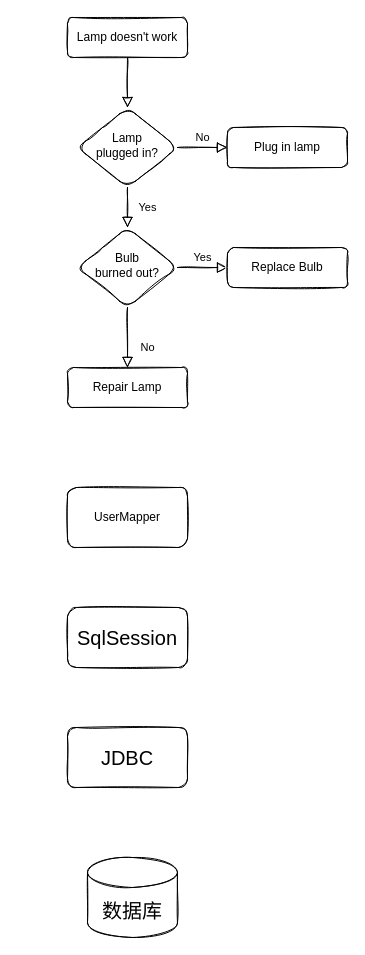
The draw.io diagram page "Page-1" (1 of 3) of mybatis.drawio in QirongZhang/draw.io.repo, before the edit. Source tidied: cells renumbered, new cells numbered last; positions are measured from the earlier drawing's top-left corner, leaving out a move shared by most shapes. Both pictures are drawn from the tidied source at 100%, with x=0, y=0 at pixel (67, 17).
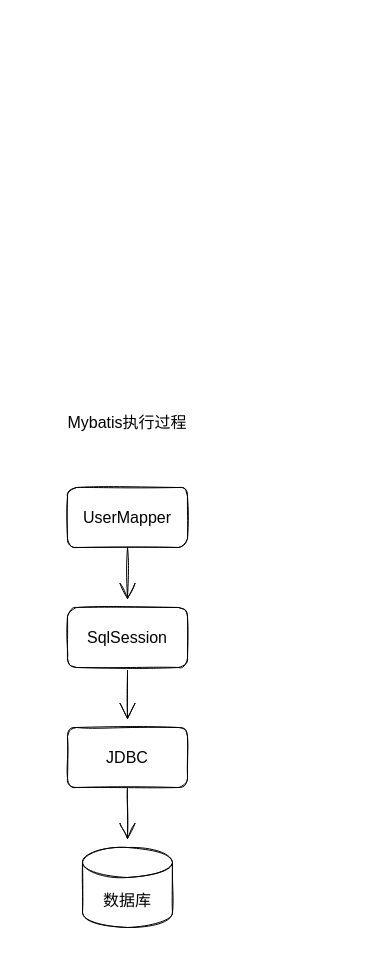
Above is the later version.

What changed in the source:
```diff
@@
 <mxGraphModel>
   <root>
     <mxCell id="0" />
     <mxCell id="1" parent="0" />
-    <mxCell id="2" style="rounded=1;html=1;jettySize=auto;fontSize=11;endArrow=block;endFill=0;endSize=8;strokeWidth=1;shadow=0;labelBackgroundColor=none;edgeStyle=orthogonalEdgeStyle;sketch=1;" parent="1" edge="1" source="3" target="6">
-      <mxGeometry relative="1" as="geometry" />
-    </mxCell>
-    <mxCell id="3" value="Lamp doesn't work" style="rounded=1;whiteSpace=wrap;html=1;fontSize=12;glass=0;strokeWidth=1;shadow=0;sketch=1;" parent="1" vertex="1">
-      <mxGeometry width="120" height="40" as="geometry" />
-    </mxCell>
-    <mxCell id="4" value="Yes" style="rounded=1;html=1;jettySize=auto;fontSize=11;endArrow=block;endFill=0;endSize=8;strokeWidth=1;shadow=0;labelBackgroundColor=none;edgeStyle=orthogonalEdgeStyle;sketch=1;" parent="1" edge="1" source="6" target="10">
-      <mxGeometry y="20" relative="1" as="geometry" />
-    </mxCell>
-    <mxCell id="5" value="No" style="edgeStyle=orthogonalEdgeStyle;rounded=1;html=1;jettySize=auto;fontSize=11;endArrow=block;endFill=0;endSize=8;strokeWidth=1;shadow=0;labelBackgroundColor=none;sketch=1;" parent="1" edge="1" source="6" target="7">
-      <mxGeometry y="10" relative="1" as="geometry" />
-    </mxCell>
-    <mxCell id="6" value="Lamp&lt;br&gt;plugged in?" style="rhombus;whiteSpace=wrap;html=1;shadow=0;fontFamily=Helvetica;fontSize=12;align=center;strokeWidth=1;spacing=6;spacingTop=-4;sketch=1;rounded=1;" parent="1" vertex="1">
-      <mxGeometry x="10" y="90" width="100" height="80" as="geometry" />
-    </mxCell>
-    <mxCell id="7" value="Plug in lamp" style="rounded=1;whiteSpace=wrap;html=1;fontSize=12;glass=0;strokeWidth=1;shadow=0;sketch=1;" parent="1" vertex="1">
-      <mxGeometry x="160" y="110" width="120" height="40" as="geometry" />
-    </mxCell>
-    <mxCell id="8" value="No" style="rounded=1;html=1;jettySize=auto;fontSize=11;endArrow=block;endFill=0;endSize=8;strokeWidth=1;shadow=0;labelBackgroundColor=none;edgeStyle=orthogonalEdgeStyle;sketch=1;" parent="1" edge="1" source="10" target="11">
-      <mxGeometry x="0.33" y="20" relative="1" as="geometry" />
-    </mxCell>
-    <mxCell id="9" value="Yes" style="edgeStyle=orthogonalEdgeStyle;rounded=1;html=1;jettySize=auto;fontSize=11;endArrow=block;endFill=0;endSize=8;strokeWidth=1;shadow=0;labelBackgroundColor=none;sketch=1;" parent="1" edge="1" source="10" target="12">
-      <mxGeometry y="10" relative="1" as="geometry" />
-    </mxCell>
-    <mxCell id="10" value="Bulb&lt;br&gt;burned out?" style="rhombus;whiteSpace=wrap;html=1;shadow=0;fontFamily=Helvetica;fontSize=12;align=center;strokeWidth=1;spacing=6;spacingTop=-4;sketch=1;rounded=1;" parent="1" vertex="1">
-      <mxGeometry x="10" y="210" width="100" height="80" as="geometry" />
-    </mxCell>
-    <mxCell id="11" value="Repair Lamp" style="rounded=1;whiteSpace=wrap;html=1;fontSize=12;glass=0;strokeWidth=1;shadow=0;sketch=1;" parent="1" vertex="1">
-      <mxGeometry y="350" width="120" height="40" as="geometry" />
-    </mxCell>
-    <mxCell id="12" value="Replace Bulb" style="rounded=1;whiteSpace=wrap;html=1;fontSize=12;glass=0;strokeWidth=1;shadow=0;sketch=1;" parent="1" vertex="1">
-      <mxGeometry x="160" y="230" width="120" height="40" as="geometry" />
-    </mxCell>
+    <mxCell id="17" style="edgeStyle=orthogonalEdgeStyle;rounded=1;sketch=1;hachureGap=4;jettySize=auto;html=1;exitX=0.5;exitY=1;exitDx=0;exitDy=0;fontFamily=Helvetica;fontSize=16;endArrow=open;startSize=14;endSize=14;sourcePerimeterSpacing=8;targetPerimeterSpacing=8;" parent="1" edge="1" source="13" target="14">
+      <mxGeometry relative="1" as="geometry" />
+    </mxCell>
-    <mxCell id="13" value="UserMapper" style="rounded=1;whiteSpace=wrap;html=1;sketch=1;fontFamily=Helvetica;" parent="1" vertex="1">
+    <mxCell id="13" value="UserMapper" style="rounded=1;whiteSpace=wrap;html=1;sketch=1;fontFamily=Helvetica;fontSize=16;" parent="1" vertex="1">
       <mxGeometry y="470" width="120" height="60" as="geometry" />
     </mxCell>
+    <mxCell id="18" style="edgeStyle=orthogonalEdgeStyle;rounded=1;sketch=1;hachureGap=4;jettySize=auto;html=1;exitX=0.5;exitY=1;exitDx=0;exitDy=0;fontFamily=Helvetica;fontSize=16;endArrow=open;startSize=14;endSize=14;sourcePerimeterSpacing=8;targetPerimeterSpacing=8;" parent="1" edge="1" source="14" target="15">
+      <mxGeometry relative="1" as="geometry" />
+    </mxCell>
-    <mxCell id="14" value="SqlSession" style="rounded=1;whiteSpace=wrap;html=1;sketch=1;hachureGap=4;fontFamily=Helvetica;fontSize=20;" parent="1" vertex="1">
+    <mxCell id="14" value="SqlSession" style="rounded=1;whiteSpace=wrap;html=1;sketch=1;hachureGap=4;fontFamily=Helvetica;fontSize=16;" parent="1" vertex="1">
       <mxGeometry y="590" width="120" height="60" as="geometry" />
     </mxCell>
+    <mxCell id="19" style="edgeStyle=orthogonalEdgeStyle;rounded=1;sketch=1;hachureGap=4;jettySize=auto;html=1;exitX=0.5;exitY=1;exitDx=0;exitDy=0;fontFamily=Helvetica;fontSize=16;endArrow=open;startSize=14;endSize=14;sourcePerimeterSpacing=8;targetPerimeterSpacing=8;" parent="1" edge="1" source="15" target="16">
+      <mxGeometry relative="1" as="geometry" />
+    </mxCell>
-    <mxCell id="15" value="JDBC" style="rounded=1;whiteSpace=wrap;html=1;sketch=1;hachureGap=4;fontFamily=Helvetica;fontSize=20;glass=0;" parent="1" vertex="1">
+    <mxCell id="15" value="JDBC" style="rounded=1;whiteSpace=wrap;html=1;sketch=1;hachureGap=4;fontFamily=Helvetica;fontSize=16;glass=0;" parent="1" vertex="1">
       <mxGeometry y="710" width="120" height="60" as="geometry" />
     </mxCell>
-    <mxCell id="16" value="数据库" style="shape=cylinder3;whiteSpace=wrap;html=1;boundedLbl=1;backgroundOutline=1;size=15;rounded=1;glass=0;sketch=1;hachureGap=4;fontFamily=Helvetica;fontSize=20;" parent="1" vertex="1">
-      <mxGeometry x="20" y="840" width="90" height="80" as="geometry" />
+    <mxCell id="16" value="数据库" style="shape=cylinder3;whiteSpace=wrap;html=1;boundedLbl=1;backgroundOutline=1;size=15;rounded=1;glass=0;sketch=1;hachureGap=4;fontFamily=Helvetica;fontSize=16;" parent="1" vertex="1">
+      <mxGeometry x="15" y="830" width="90" height="80" as="geometry" />
     </mxCell>
+    <mxCell id="20" value="Mybatis执行过程" style="text;html=1;strokeColor=none;fillColor=none;align=center;verticalAlign=middle;whiteSpace=wrap;rounded=0;glass=0;sketch=1;hachureGap=4;fontFamily=Helvetica;fontSize=16;" parent="1" vertex="1">
+      <mxGeometry x="-50" y="390" width="220" height="30" as="geometry" />
+    </mxCell>
   </root>
 </mxGraphModel>
```
